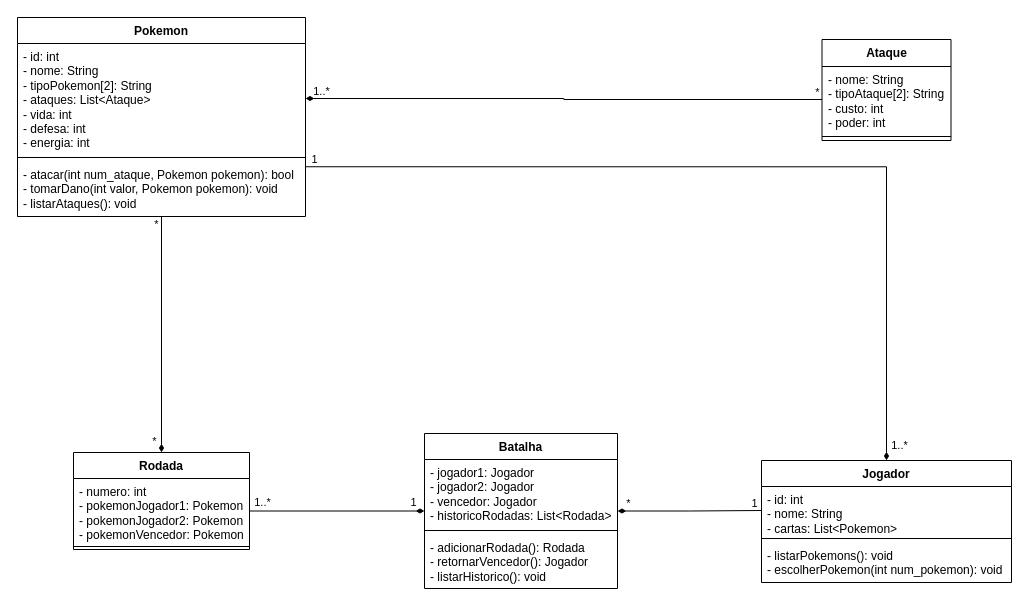
Before: docs/uml/class-diagram.drawio in Inatel-S03-20261/tema-08, a draw.io diagram. Source tidied: cells renumbered, new cells numbered last; positions are measured from the earlier drawing's top-left corner, leaving out a move shared by most shapes. Both pictures are drawn from the tidied source at 100%, with x=0, y=0 at pixel (17, 17).
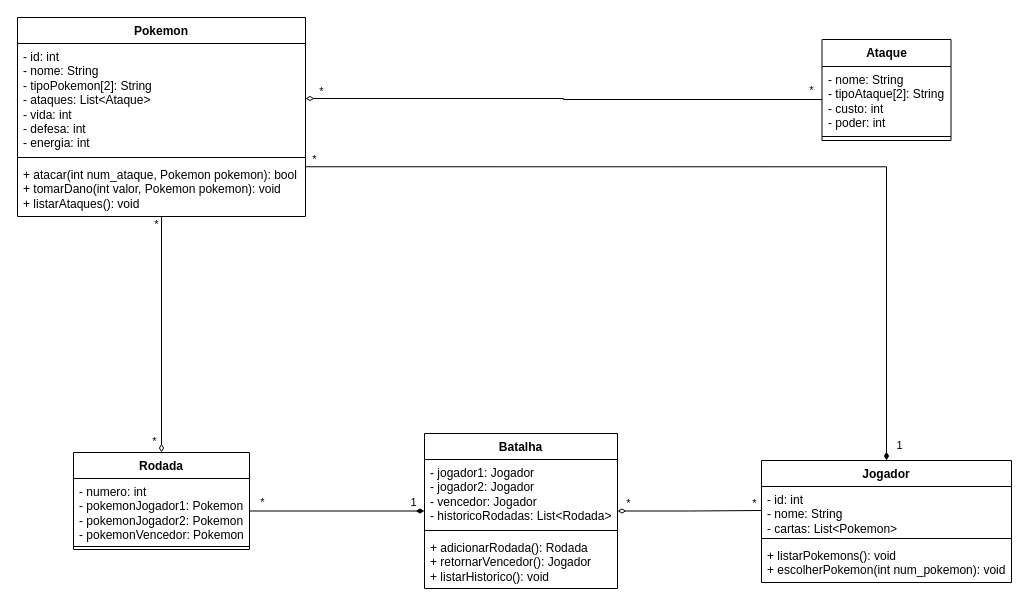
The same page after the edit.

Commit message (it also covers changes not shown here):
docs: update class diagram

Unchanged cells that the change refers to:
```xml
<mxCell id="3" value="Jogador" style="swimlane;fontStyle=1;align=center;verticalAlign=top;horizontal=1;startSize=26;whiteSpace=wrap;html=1;" parent="1" vertex="1">
  <mxGeometry x="744" y="443" width="250" height="122" as="geometry" />
</mxCell>
<mxCell id="4" value="&lt;div&gt;- id: int&lt;/div&gt;- nome: String&lt;div&gt;- cartas: List&amp;lt;Pokemon&amp;gt;&lt;/div&gt;" style="text;strokeColor=none;fillColor=none;align=left;verticalAlign=top;spacingLeft=4;spacingRight=4;overflow=hidden;points=[[0,0.5],[1,0.5]];portConstraint=eastwest;whiteSpace=wrap;html=1;" parent="3" vertex="1">
  <mxGeometry y="26" width="250" height="48" as="geometry" />
</mxCell>
<mxCell id="7" value="Pokemon" style="swimlane;fontStyle=1;align=center;verticalAlign=top;horizontal=1;startSize=26;whiteSpace=wrap;html=1;" parent="1" vertex="1">
  <mxGeometry width="288" height="199" as="geometry" />
</mxCell>
<mxCell id="8" value="&lt;div&gt;- id: int&lt;/div&gt;- nome: String&lt;div&gt;- tipoPokemon[2]: String&lt;/div&gt;&lt;div&gt;- ataques: List&amp;lt;Ataque&amp;gt;&lt;/div&gt;&lt;div&gt;- vida: int&lt;/div&gt;&lt;div&gt;&lt;span style=&quot;background-color: transparent; color: light-dark(rgb(0, 0, 0), rgb(255, 255, 255));&quot;&gt;- defesa: int&lt;/span&gt;&lt;/div&gt;&lt;div&gt;&lt;span style=&quot;background-color: transparent; color: light-dark(rgb(0, 0, 0), rgb(255, 255, 255));&quot;&gt;- energia: int&lt;/span&gt;&lt;/div&gt;" style="text;strokeColor=none;fillColor=none;align=left;verticalAlign=top;spacingLeft=4;spacingRight=4;overflow=hidden;points=[[0,0.5],[1,0.5]];portConstraint=eastwest;whiteSpace=wrap;html=1;" parent="7" vertex="1">
  <mxGeometry y="26" width="288" height="110" as="geometry" />
</mxCell>
<mxCell id="12" value="&lt;div&gt;&lt;span style=&quot;background-color: transparent; color: light-dark(rgb(0, 0, 0), rgb(255, 255, 255));&quot;&gt;- nome: String&lt;/span&gt;&lt;/div&gt;&lt;div&gt;- tipoAtaque[2]: String&lt;/div&gt;&lt;div&gt;- custo: int&lt;/div&gt;&lt;div&gt;&lt;div&gt;&lt;span style=&quot;background-color: transparent; color: light-dark(rgb(0, 0, 0), rgb(255, 255, 255));&quot;&gt;- poder: int&lt;/span&gt;&lt;/div&gt;&lt;/div&gt;" style="text;strokeColor=none;fillColor=none;align=left;verticalAlign=top;spacingLeft=4;spacingRight=4;overflow=hidden;points=[[0,0.5],[1,0.5]];portConstraint=eastwest;whiteSpace=wrap;html=1;" parent="11" vertex="1">
  <mxGeometry y="27" width="129" height="66" as="geometry" />
</mxCell>
<mxCell id="17" value="Batalha" style="swimlane;fontStyle=1;align=center;verticalAlign=top;horizontal=1;startSize=26;whiteSpace=wrap;html=1;" parent="1" vertex="1">
  <mxGeometry x="407" y="416" width="193" height="155" as="geometry" />
</mxCell>
<mxCell id="24" value="Rodada" style="swimlane;fontStyle=1;align=center;verticalAlign=top;horizontal=1;startSize=26;whiteSpace=wrap;html=1;" parent="1" vertex="1">
  <mxGeometry x="56" y="435" width="176" height="97" as="geometry" />
</mxCell>
<mxCell id="30" style="edgeStyle=orthogonalEdgeStyle;rounded=0;jettySize=auto;html=1;entryX=0;entryY=0.5;entryDx=0;entryDy=0;endArrow=diamondThin;endFill=1;" parent="1" edge="1" source="25" target="17">
  <mxGeometry relative="1" as="geometry" />
</mxCell>
```

The edit, as a diff of the source:
```diff
@@
-    <mxCell id="6" value="&lt;div&gt;- listarPokemons(): void&lt;/div&gt;&lt;div&gt;- escolherPokemon(int num_pokemon): void&lt;/div&gt;" style="text;strokeColor=none;fillColor=none;align=left;verticalAlign=top;spacingLeft=4;spacingRight=4;overflow=hidden;whiteSpace=wrap;html=1;" parent="3" vertex="1">
+    <mxCell id="6" value="&lt;div&gt;+ listarPokemons(): void&lt;/div&gt;&lt;div&gt;+ escolherPokemon(int num_pokemon): void&lt;/div&gt;" style="text;strokeColor=none;fillColor=none;align=left;verticalAlign=top;spacingLeft=4;spacingRight=4;overflow=hidden;whiteSpace=wrap;html=1;" parent="3" vertex="1">
       <mxGeometry y="82" width="250" height="40" as="geometry" />
     </mxCell>
@@
-    <mxCell id="10" value="- atacar(int num_ataque, Pokemon pokemon): bool&lt;div&gt;- tomarDano(int valor, Pokemon pokemon): void&lt;/div&gt;&lt;div&gt;- listarAtaques(): void&lt;/div&gt;" style="text;strokeColor=none;fillColor=none;align=left;verticalAlign=top;spacingLeft=4;spacingRight=4;overflow=hidden;whiteSpace=wrap;html=1;" parent="7" vertex="1">
+    <mxCell id="10" value="+ atacar(int num_ataque, Pokemon pokemon): bool&lt;div&gt;+ tomarDano(int valor, Pokemon pokemon): void&lt;/div&gt;&lt;div&gt;+ listarAtaques(): void&lt;/div&gt;" style="text;strokeColor=none;fillColor=none;align=left;verticalAlign=top;spacingLeft=4;spacingRight=4;overflow=hidden;whiteSpace=wrap;html=1;" parent="7" vertex="1">
       <mxGeometry y="144" width="288" height="55" as="geometry" />
     </mxCell>
@@
-    <mxCell id="14" style="edgeStyle=orthogonalEdgeStyle;rounded=0;jettySize=auto;html=1;entryX=0;entryY=0.5;entryDx=0;entryDy=0;endArrow=none;startFill=1;startArrow=diamondThin;" parent="1" edge="1" source="17" target="4">
+    <mxCell id="14" style="edgeStyle=orthogonalEdgeStyle;rounded=0;jettySize=auto;html=1;entryX=0;entryY=0.5;entryDx=0;entryDy=0;endArrow=none;startFill=0;startArrow=diamondThin;" parent="1" edge="1" source="17" target="4">
       <mxGeometry relative="1" as="geometry" />
     </mxCell>
-    <mxCell id="15" value="1" style="edgeLabel;html=1;align=center;verticalAlign=middle;" parent="14" vertex="1">
+    <mxCell id="15" value="*" style="edgeLabel;html=1;align=center;verticalAlign=middle;" parent="14" vertex="1">
       <mxGeometry x="0.72" y="1" relative="1" as="geometry">
         <mxPoint x="13" y="-7" as="offset" />
       </mxGeometry>
     </mxCell>
@@
-    <mxCell id="20" value="&lt;div&gt;&lt;div&gt;- adicionarRodada(): Rodada&lt;/div&gt;&lt;/div&gt;&lt;div&gt;&lt;div&gt;- retornarVencedor(): Jogador&lt;/div&gt;&lt;/div&gt;- listarHistorico(): void&lt;div&gt;&lt;br&gt;&lt;/div&gt;" style="text;strokeColor=none;fillColor=none;align=left;verticalAlign=top;spacingLeft=4;spacingRight=4;overflow=hidden;whiteSpace=wrap;html=1;" parent="17" vertex="1">
+    <mxCell id="20" value="&lt;div&gt;&lt;div&gt;+ adicionarRodada(): Rodada&lt;/div&gt;&lt;/div&gt;&lt;div&gt;&lt;div&gt;+ retornarVencedor(): Jogador&lt;/div&gt;&lt;/div&gt;+ listarHistorico(): void&lt;div&gt;&lt;br&gt;&lt;/div&gt;" style="text;strokeColor=none;fillColor=none;align=left;verticalAlign=top;spacingLeft=4;spacingRight=4;overflow=hidden;whiteSpace=wrap;html=1;" parent="17" vertex="1">
       <mxGeometry y="101" width="193" height="54" as="geometry" />
     </mxCell>
-    <mxCell id="21" style="edgeStyle=orthogonalEdgeStyle;rounded=0;jettySize=auto;html=1;endArrow=none;endFill=1;startArrow=diamondThin;startFill=1;entryX=0.5;entryY=1;entryDx=0;entryDy=0;" parent="1" edge="1" source="24" target="7">
+    <mxCell id="21" style="edgeStyle=orthogonalEdgeStyle;rounded=0;jettySize=auto;html=1;endArrow=none;endFill=0;startArrow=diamondThin;startFill=0;entryX=0.5;entryY=1;entryDx=0;entryDy=0;" parent="1" edge="1" source="24" target="7">
       <mxGeometry relative="1" as="geometry" />
     </mxCell>
@@
-    <mxCell id="27" style="edgeStyle=orthogonalEdgeStyle;rounded=0;jettySize=auto;html=1;exitX=0;exitY=0.5;exitDx=0;exitDy=0;entryX=1;entryY=0.5;entryDx=0;entryDy=0;endArrow=diamondThin;endFill=1;startArrow=none;startFill=0;" parent="1" edge="1" source="12" target="8">
-      <mxGeometry relative="1" as="geometry" />
+    <mxCell id="27" style="edgeStyle=orthogonalEdgeStyle;rounded=0;jettySize=auto;html=1;exitX=0;exitY=0.5;exitDx=0;exitDy=0;entryX=1;entryY=0.5;entryDx=0;entryDy=0;endArrow=diamondThin;endFill=0;startArrow=none;startFill=0;" parent="1" edge="1" source="12" target="8">
+      <mxGeometry relative="1" as="geometry">
+        <Array as="points">
+          <mxPoint x="546" y="82" />
+        </Array>
+      </mxGeometry>
     </mxCell>
-    <mxCell id="28" value="1..*" style="edgeLabel;html=1;align=center;verticalAlign=middle;" parent="27" vertex="1">
+    <mxCell id="28" value="*" style="edgeLabel;html=1;align=center;verticalAlign=middle;" parent="27" vertex="1">
       <mxGeometry x="0.9" relative="1" as="geometry">
         <mxPoint x="-10" y="-8" as="offset" />
       </mxGeometry>
     </mxCell>
     <mxCell id="29" value="*" style="edgeLabel;html=1;align=center;verticalAlign=middle;" parent="27" vertex="1">
       <mxGeometry x="-0.85" y="1" relative="1" as="geometry">
-        <mxPoint x="34" y="-9" as="offset" />
+        <mxPoint x="28" y="-11" as="offset" />
       </mxGeometry>
     </mxCell>
@@
-    <mxCell id="32" value="1..*" style="edgeLabel;html=1;align=center;verticalAlign=middle;" parent="30" vertex="1">
+    <mxCell id="32" value="*" style="edgeLabel;html=1;align=center;verticalAlign=middle;" parent="30" vertex="1">
       <mxGeometry x="-0.92" y="-1" relative="1" as="geometry">
         <mxPoint x="5" y="-10" as="offset" />
       </mxGeometry>
     </mxCell>
-    <mxCell id="33" value="1..*" style="edgeLabel;html=1;align=center;verticalAlign=middle;" parent="1" vertex="1">
+    <mxCell id="33" value="1" style="edgeLabel;html=1;align=center;verticalAlign=middle;" parent="1" vertex="1">
       <mxGeometry x="881" y="427" as="geometry" />
     </mxCell>
-    <mxCell id="34" value="1" style="edgeLabel;html=1;align=center;verticalAlign=middle;" parent="1" vertex="1">
+    <mxCell id="34" value="*" style="edgeLabel;html=1;align=center;verticalAlign=middle;" parent="1" vertex="1">
       <mxGeometry x="296" y="141" as="geometry" />
     </mxCell>
```
